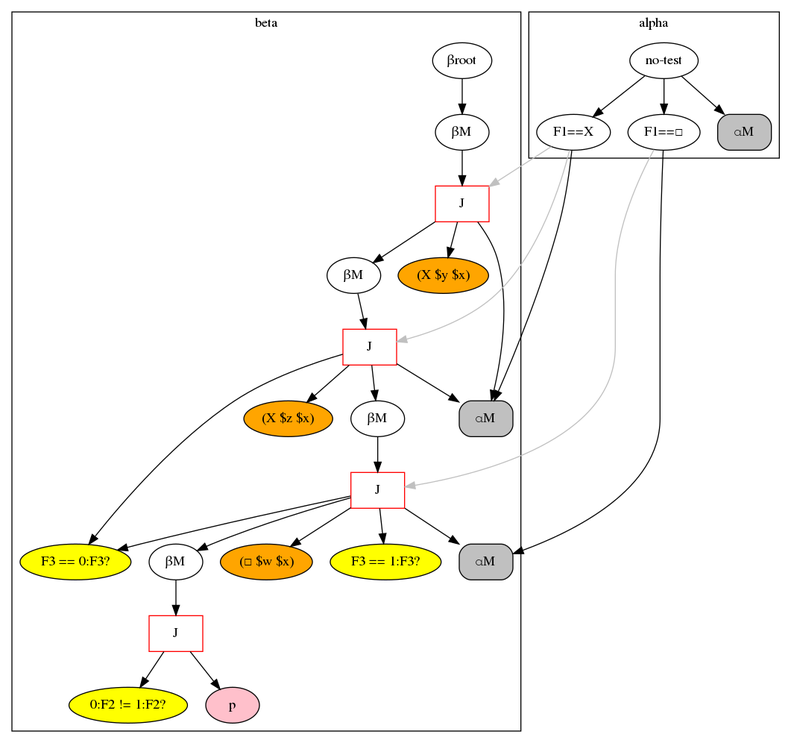
Above: rete.png in Cybernetic1/GIRL (Graphviz), before the change. Its source is kept beside it as rete.dot.
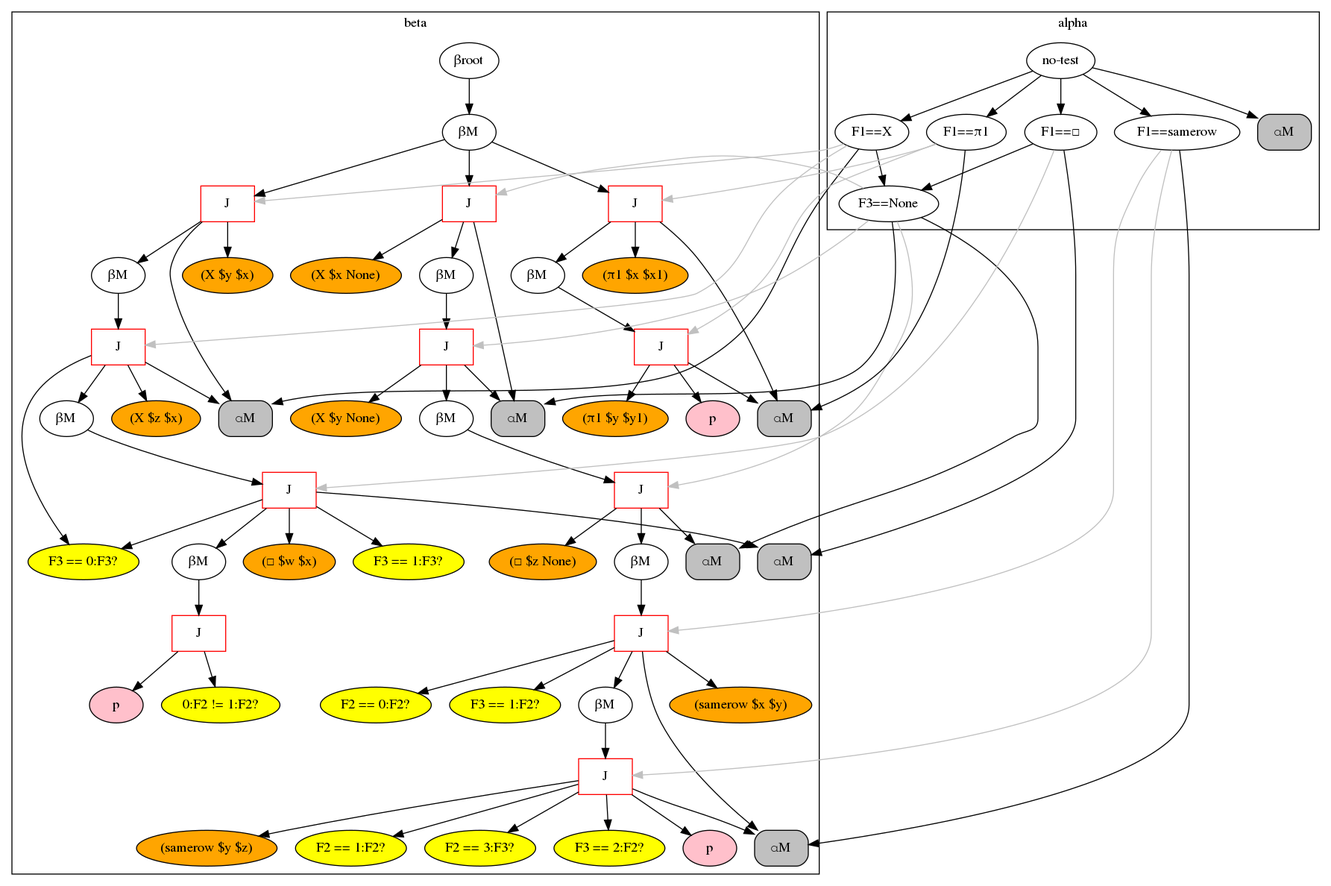
Above is the later version.

Change to the diagram source:
```diff
@@ -1,55 +1,133 @@
 digraph {
 	subgraph cluster_1 {
 	label = beta
-	"BetaNode 0x7f938942beb8" [label="βroot"];
-	"BetaNode 0x7f938942beb8" -> "BetaMemory 0x7f93893f9e80";
-	"BetaMemory 0x7f93893f9e80" [label="βM"];
-	"BetaMemory 0x7f93893f9e80" -> "JoinNode 0x7f93893f9f60";
-	"JoinNode 0x7f93893f9f60" [shape=box,color=red,label="J"];
-	"JoinNode 0x7f93893f9f60" -> "⍺M:<rete.alpha.AlphaMemory object at 0x7f93893f9f28>"
+	"BetaNode 0x7f15fa1f0dd8" [label="βroot"];
+	"BetaNode 0x7f15fa1f0dd8" -> "BetaMemory 0x7f15fa191630";
+	"BetaMemory 0x7f15fa191630" [label="βM"];
+	"BetaMemory 0x7f15fa191630" -> "JoinNode 0x7f15fa191710";
+	"JoinNode 0x7f15fa191710" [shape=box,color=red,label="J"];
+	"JoinNode 0x7f15fa191710" -> "⍺M:<rete.alpha.AlphaMemory object at 0x7f15fa1916d8>"
 	"(X $y $x)" [style=filled,fillcolor=orange];
-	"JoinNode 0x7f93893f9f60" -> "(X $y $x)"
-	"JoinNode 0x7f93893f9f60" -> "BetaMemory 0x7f93893f9f98";
-	"BetaMemory 0x7f93893f9f98" [label="βM"];
-	"BetaMemory 0x7f93893f9f98" -> "JoinNode 0x7f93893f9fd0";
-	"JoinNode 0x7f93893f9fd0" [shape=box,color=red,label="J"];
-	"JoinNode 0x7f93893f9fd0" -> "⍺M:<rete.alpha.AlphaMemory object at 0x7f93893f9f28>"
+	"JoinNode 0x7f15fa191710" -> "(X $y $x)"
+	"JoinNode 0x7f15fa191710" -> "BetaMemory 0x7f15fa191748";
+	"BetaMemory 0x7f15fa191748" [label="βM"];
+	"BetaMemory 0x7f15fa191748" -> "JoinNode 0x7f15fa191780";
+	"JoinNode 0x7f15fa191780" [shape=box,color=red,label="J"];
+	"JoinNode 0x7f15fa191780" -> "⍺M:<rete.alpha.AlphaMemory object at 0x7f15fa1916d8>"
 	"(X $z $x)" [style=filled,fillcolor=orange];
-	"JoinNode 0x7f93893f9fd0" -> "(X $z $x)"
+	"JoinNode 0x7f15fa191780" -> "(X $z $x)"
 	"F3 == 0:F3?" [style=filled,fillcolor=yellow];
-	"JoinNode 0x7f93893f9fd0" -> "F3 == 0:F3?"
-	"JoinNode 0x7f93893f9fd0" -> "BetaMemory 0x7f93893ff048";
-	"BetaMemory 0x7f93893ff048" [label="βM"];
-	"BetaMemory 0x7f93893ff048" -> "JoinNode 0x7f93893ff198";
-	"JoinNode 0x7f93893ff198" [shape=box,color=red,label="J"];
-	"JoinNode 0x7f93893ff198" -> "⍺M:<rete.alpha.AlphaMemory object at 0x7f93893ff0f0>"
+	"JoinNode 0x7f15fa191780" -> "F3 == 0:F3?"
+	"JoinNode 0x7f15fa191780" -> "BetaMemory 0x7f15fa1917b8";
+	"BetaMemory 0x7f15fa1917b8" [label="βM"];
+	"BetaMemory 0x7f15fa1917b8" -> "JoinNode 0x7f15fa191908";
+	"JoinNode 0x7f15fa191908" [shape=box,color=red,label="J"];
+	"JoinNode 0x7f15fa191908" -> "⍺M:<rete.alpha.AlphaMemory object at 0x7f15fa191860>"
 	"(□ $w $x)" [style=filled,fillcolor=orange];
-	"JoinNode 0x7f93893ff198" -> "(□ $w $x)"
+	"JoinNode 0x7f15fa191908" -> "(□ $w $x)"
 	"F3 == 0:F3?" [style=filled,fillcolor=yellow];
-	"JoinNode 0x7f93893ff198" -> "F3 == 0:F3?"
+	"JoinNode 0x7f15fa191908" -> "F3 == 0:F3?"
 	"F3 == 1:F3?" [style=filled,fillcolor=yellow];
-	"JoinNode 0x7f93893ff198" -> "F3 == 1:F3?"
-	"JoinNode 0x7f93893ff198" -> "BetaMemory 0x7f93893ff1d0";
-	"BetaMemory 0x7f93893ff1d0" [label="βM"];
-	"BetaMemory 0x7f93893ff1d0" -> "JoinNode 0x7f93893ff208";
-	"JoinNode 0x7f93893ff208" [shape=box,color=red,label="J"];
+	"JoinNode 0x7f15fa191908" -> "F3 == 1:F3?"
+	"JoinNode 0x7f15fa191908" -> "BetaMemory 0x7f15fa191940";
+	"BetaMemory 0x7f15fa191940" [label="βM"];
+	"BetaMemory 0x7f15fa191940" -> "JoinNode 0x7f15fa191978";
+	"JoinNode 0x7f15fa191978" [shape=box,color=red,label="J"];
 	"0:F2 != 1:F2?" [style=filled,fillcolor=yellow];
-	"JoinNode 0x7f93893ff208" -> "0:F2 != 1:F2?"
-	"JoinNode 0x7f93893ff208" -> "PNode 0x7f93893f9e48";
-	"PNode 0x7f93893f9e48" [style=filled,fillcolor=pink,label="p"];
+	"JoinNode 0x7f15fa191978" -> "0:F2 != 1:F2?"
+	"JoinNode 0x7f15fa191978" -> "PNode 0x7f15fa1915f8";
+	"PNode 0x7f15fa1915f8" [style=filled,fillcolor=pink,label="p"];
+	"BetaMemory 0x7f15fa191630" -> "JoinNode 0x7f15fa191b70";
+	"JoinNode 0x7f15fa191b70" [shape=box,color=red,label="J"];
+	"JoinNode 0x7f15fa191b70" -> "⍺M:<rete.alpha.AlphaMemory object at 0x7f15fa191b38>"
+	"(X $x None)" [style=filled,fillcolor=orange];
+	"JoinNode 0x7f15fa191b70" -> "(X $x None)"
+	"JoinNode 0x7f15fa191b70" -> "BetaMemory 0x7f15fa191ba8";
+	"BetaMemory 0x7f15fa191ba8" [label="βM"];
+	"BetaMemory 0x7f15fa191ba8" -> "JoinNode 0x7f15fa191be0";
+	"JoinNode 0x7f15fa191be0" [shape=box,color=red,label="J"];
+	"JoinNode 0x7f15fa191be0" -> "⍺M:<rete.alpha.AlphaMemory object at 0x7f15fa191b38>"
+	"(X $y None)" [style=filled,fillcolor=orange];
+	"JoinNode 0x7f15fa191be0" -> "(X $y None)"
+	"JoinNode 0x7f15fa191be0" -> "BetaMemory 0x7f15fa191c18";
+	"BetaMemory 0x7f15fa191c18" [label="βM"];
+	"BetaMemory 0x7f15fa191c18" -> "JoinNode 0x7f15fa191cc0";
+	"JoinNode 0x7f15fa191cc0" [shape=box,color=red,label="J"];
+	"JoinNode 0x7f15fa191cc0" -> "⍺M:<rete.alpha.AlphaMemory object at 0x7f15fa191c88>"
+	"(□ $z None)" [style=filled,fillcolor=orange];
+	"JoinNode 0x7f15fa191cc0" -> "(□ $z None)"
+	"JoinNode 0x7f15fa191cc0" -> "BetaMemory 0x7f15fa191cf8";
+	"BetaMemory 0x7f15fa191cf8" [label="βM"];
+	"BetaMemory 0x7f15fa191cf8" -> "JoinNode 0x7f15fa191e10";
+	"JoinNode 0x7f15fa191e10" [shape=box,color=red,label="J"];
+	"JoinNode 0x7f15fa191e10" -> "⍺M:<rete.alpha.AlphaMemory object at 0x7f15fa191d68>"
+	"(samerow $x $y)" [style=filled,fillcolor=orange];
+	"JoinNode 0x7f15fa191e10" -> "(samerow $x $y)"
+	"F2 == 0:F2?" [style=filled,fillcolor=yellow];
+	"JoinNode 0x7f15fa191e10" -> "F2 == 0:F2?"
+	"F3 == 1:F2?" [style=filled,fillcolor=yellow];
+	"JoinNode 0x7f15fa191e10" -> "F3 == 1:F2?"
+	"JoinNode 0x7f15fa191e10" -> "BetaMemory 0x7f15fa191e48";
+	"BetaMemory 0x7f15fa191e48" [label="βM"];
+	"BetaMemory 0x7f15fa191e48" -> "JoinNode 0x7f15fa191e80";
+	"JoinNode 0x7f15fa191e80" [shape=box,color=red,label="J"];
+	"JoinNode 0x7f15fa191e80" -> "⍺M:<rete.alpha.AlphaMemory object at 0x7f15fa191d68>"
+	"(samerow $y $z)" [style=filled,fillcolor=orange];
+	"JoinNode 0x7f15fa191e80" -> "(samerow $y $z)"
+	"F2 == 1:F2?" [style=filled,fillcolor=yellow];
+	"JoinNode 0x7f15fa191e80" -> "F2 == 1:F2?"
+	"F2 == 3:F3?" [style=filled,fillcolor=yellow];
+	"JoinNode 0x7f15fa191e80" -> "F2 == 3:F3?"
+	"F3 == 2:F2?" [style=filled,fillcolor=yellow];
+	"JoinNode 0x7f15fa191e80" -> "F3 == 2:F2?"
+	"JoinNode 0x7f15fa191e80" -> "PNode 0x7f15fa191ac8";
+	"PNode 0x7f15fa191ac8" [style=filled,fillcolor=pink,label="p"];
+	"BetaMemory 0x7f15fa191630" -> "JoinNode 0x7f15fa1990b8";
+	"JoinNode 0x7f15fa1990b8" [shape=box,color=red,label="J"];
+	"JoinNode 0x7f15fa1990b8" -> "⍺M:<rete.alpha.AlphaMemory object at 0x7f15fa199080>"
+	"(π1 $x $x1)" [style=filled,fillcolor=orange];
+	"JoinNode 0x7f15fa1990b8" -> "(π1 $x $x1)"
+	"JoinNode 0x7f15fa1990b8" -> "BetaMemory 0x7f15fa1990f0";
+	"BetaMemory 0x7f15fa1990f0" [label="βM"];
+	"BetaMemory 0x7f15fa1990f0" -> "JoinNode 0x7f15fa199128";
+	"JoinNode 0x7f15fa199128" [shape=box,color=red,label="J"];
+	"JoinNode 0x7f15fa199128" -> "⍺M:<rete.alpha.AlphaMemory object at 0x7f15fa199080>"
+	"(π1 $y $y1)" [style=filled,fillcolor=orange];
+	"JoinNode 0x7f15fa199128" -> "(π1 $y $y1)"
+	"JoinNode 0x7f15fa199128" -> "PNode 0x7f15fa191fd0";
+	"PNode 0x7f15fa191fd0" [style=filled,fillcolor=pink,label="p"];
 	}
 	subgraph cluster_0 {
 	label = alpha
 	"no-test" -> "F1==X";
-	"F1==X" -> "⍺M:<rete.alpha.AlphaMemory object at 0x7f93893f9f28>";
-	"⍺M:<rete.alpha.AlphaMemory object at 0x7f93893f9f28>" [shape=box, style="rounded,filled", label="⍺M", fillcolor=gray];
+	"F1==X" -> "F3==None";
+	"F3==None" -> "⍺M:<rete.alpha.AlphaMemory object at 0x7f15fa191b38>";
+	"⍺M:<rete.alpha.AlphaMemory object at 0x7f15fa191b38>" [shape=box, style="rounded,filled", label="⍺M", fillcolor=gray];
+	"F1==X" -> "⍺M:<rete.alpha.AlphaMemory object at 0x7f15fa1916d8>";
+	"⍺M:<rete.alpha.AlphaMemory object at 0x7f15fa1916d8>" [shape=box, style="rounded,filled", label="⍺M", fillcolor=gray];
 	"no-test" -> "F1==□";
-	"F1==□" -> "⍺M:<rete.alpha.AlphaMemory object at 0x7f93893ff0f0>";
-	"⍺M:<rete.alpha.AlphaMemory object at 0x7f93893ff0f0>" [shape=box, style="rounded,filled", label="⍺M", fillcolor=gray];
-	"no-test" -> "⍺M:<rete.alpha.AlphaMemory object at 0x7f938942bdd8>";
-	"⍺M:<rete.alpha.AlphaMemory object at 0x7f938942bdd8>" [shape=box, style="rounded,filled", label="⍺M", fillcolor=gray];
+	"F1==□" -> "F3==None";
+	"F3==None" -> "⍺M:<rete.alpha.AlphaMemory object at 0x7f15fa191c88>";
+	"⍺M:<rete.alpha.AlphaMemory object at 0x7f15fa191c88>" [shape=box, style="rounded,filled", label="⍺M", fillcolor=gray];
+	"F1==□" -> "⍺M:<rete.alpha.AlphaMemory object at 0x7f15fa191860>";
+	"⍺M:<rete.alpha.AlphaMemory object at 0x7f15fa191860>" [shape=box, style="rounded,filled", label="⍺M", fillcolor=gray];
+	"no-test" -> "F1==samerow";
+	"F1==samerow" -> "⍺M:<rete.alpha.AlphaMemory object at 0x7f15fa191d68>";
+	"⍺M:<rete.alpha.AlphaMemory object at 0x7f15fa191d68>" [shape=box, style="rounded,filled", label="⍺M", fillcolor=gray];
+	"no-test" -> "F1==π1";
+	"F1==π1" -> "⍺M:<rete.alpha.AlphaMemory object at 0x7f15fa199080>";
+	"⍺M:<rete.alpha.AlphaMemory object at 0x7f15fa199080>" [shape=box, style="rounded,filled", label="⍺M", fillcolor=gray];
+	"no-test" -> "⍺M:<rete.alpha.AlphaMemory object at 0x7f15fa1f0cf8>";
+	"⍺M:<rete.alpha.AlphaMemory object at 0x7f15fa1f0cf8>" [shape=box, style="rounded,filled", label="⍺M", fillcolor=gray];
 	}
-	"F1==X" -> "JoinNode 0x7f93893f9f60" [color=gray];
-	"F1==X" -> "JoinNode 0x7f93893f9fd0" [color=gray];
-	"F1==□" -> "JoinNode 0x7f93893ff198" [color=gray];
+	"F1==X" -> "JoinNode 0x7f15fa191710" [color=gray];
+	"F1==X" -> "JoinNode 0x7f15fa191780" [color=gray];
+	"F3==None" -> "JoinNode 0x7f15fa191b70" [color=gray];
+	"F3==None" -> "JoinNode 0x7f15fa191be0" [color=gray];
+	"F1==□" -> "JoinNode 0x7f15fa191908" [color=gray];
+	"F3==None" -> "JoinNode 0x7f15fa191cc0" [color=gray];
+	"F1==samerow" -> "JoinNode 0x7f15fa191e10" [color=gray];
+	"F1==samerow" -> "JoinNode 0x7f15fa191e80" [color=gray];
+	"F1==π1" -> "JoinNode 0x7f15fa1990b8" [color=gray];
+	"F1==π1" -> "JoinNode 0x7f15fa199128" [color=gray];
 }
```
